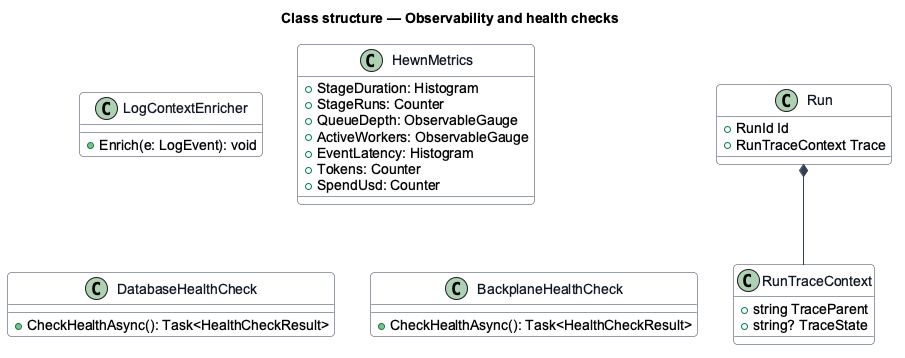
Before: docs/detailed-designs/operations/observability-and-health/diagrams/class-structure.png, a diagram exported from PlantUML (QuinntyneBrown/hewn).
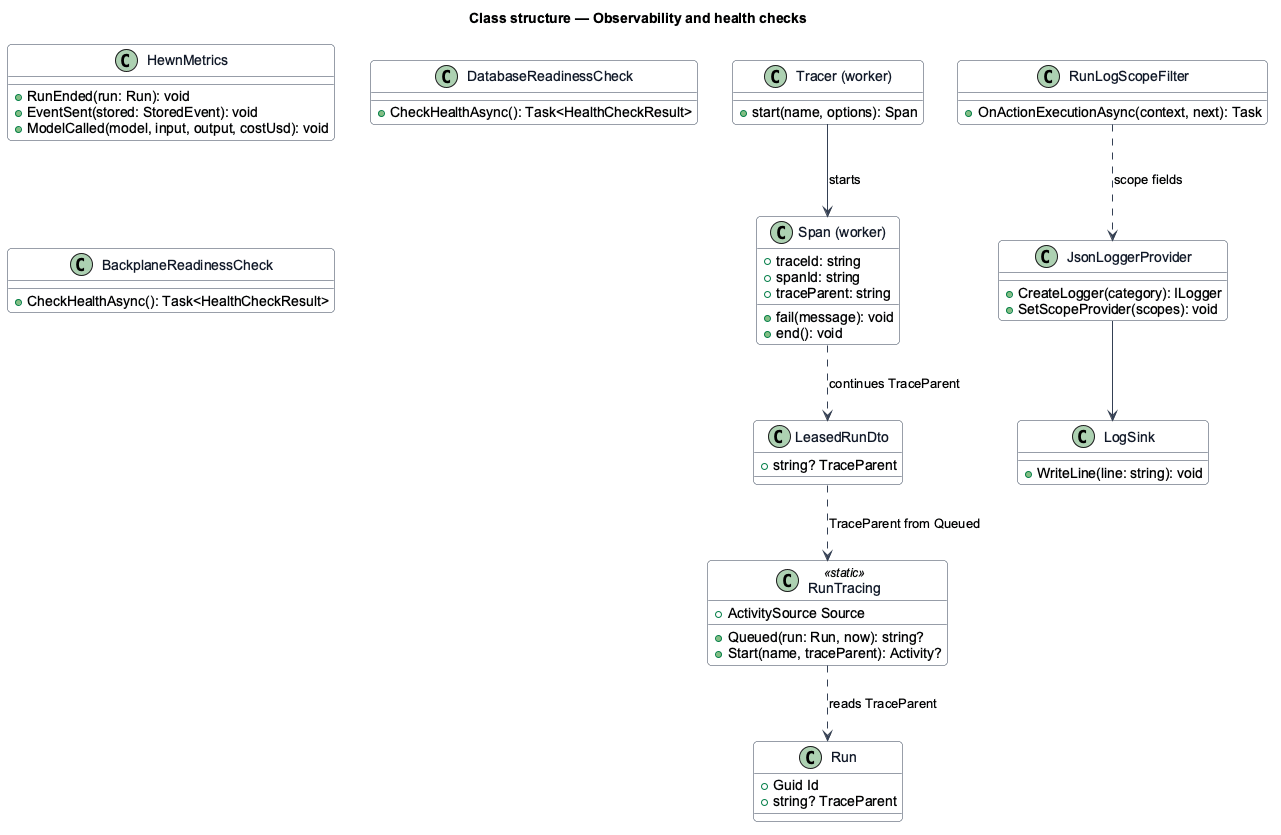
The same file after the commit.

What changed in the source:
```diff
@@ -11,31 +11,53 @@
 }
 title Class structure — Observability and health checks
 
-class LogContextEnricher {
-  +Enrich(e: LogEvent): void
+class Run {
+  +Guid Id
+  +string? TraceParent
 }
-class RunTraceContext {
-  +string TraceParent
-  +string? TraceState
+class RunTracing <<static>> {
+  +ActivitySource Source
+  +Queued(run: Run, now): string?
+  +Start(name, traceParent): Activity?
 }
-class Run {
-  +RunId Id
-  +RunTraceContext Trace
+class LeasedRunDto {
+  +string? TraceParent
+}
+class JsonLoggerProvider {
+  +CreateLogger(category): ILogger
+  +SetScopeProvider(scopes): void
+}
+class LogSink {
+  +WriteLine(line: string): void
+}
+class RunLogScopeFilter {
+  +OnActionExecutionAsync(context, next): Task
 }
 class HewnMetrics {
-  +StageDuration: Histogram
-  +StageRuns: Counter
-  +QueueDepth: ObservableGauge
-  +ActiveWorkers: ObservableGauge
-  +EventLatency: Histogram
-  +Tokens: Counter
-  +SpendUsd: Counter
+  +RunEnded(run: Run): void
+  +EventSent(stored: StoredEvent): void
+  +ModelCalled(model, input, output, costUsd): void
 }
-class DatabaseHealthCheck {
+class DatabaseReadinessCheck {
   +CheckHealthAsync(): Task<HealthCheckResult>
 }
-class BackplaneHealthCheck {
+class BackplaneReadinessCheck {
   +CheckHealthAsync(): Task<HealthCheckResult>
 }
-Run *-- RunTraceContext
+class "Tracer (worker)" as Tracer {
+  +start(name, options): Span
+}
+class "Span (worker)" as Span {
+  +traceId: string
+  +spanId: string
+  +traceParent: string
+  +fail(message): void
+  +end(): void
+}
+RunTracing ..> Run : reads TraceParent
+LeasedRunDto ..> RunTracing : TraceParent from Queued
+JsonLoggerProvider --> LogSink
+RunLogScopeFilter ..> JsonLoggerProvider : scope fields
+Tracer --> Span : starts
+Span ..> LeasedRunDto : continues TraceParent
 @enduml
```
